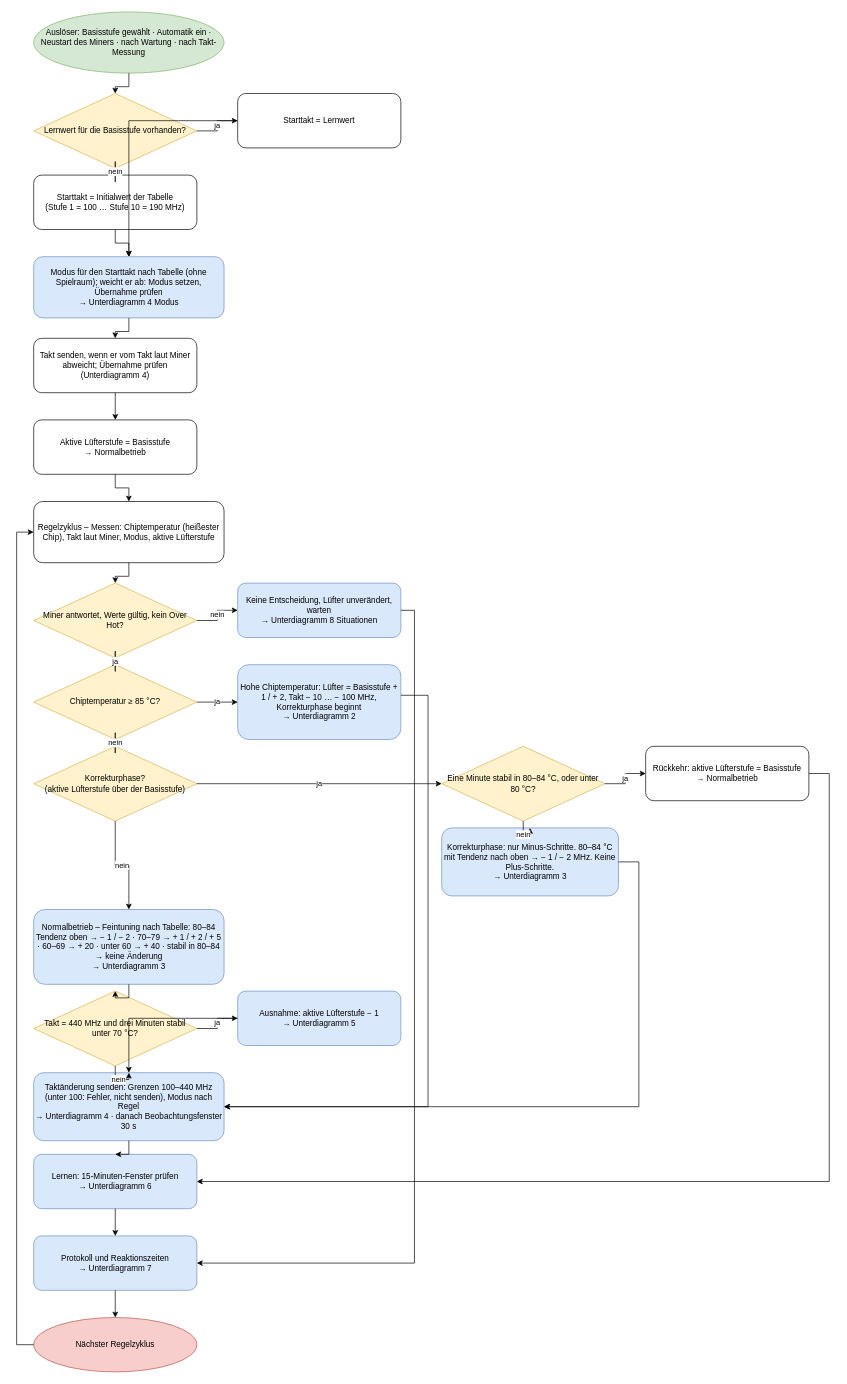
Earlier version of the draw.io diagram page "1 Hauptablauf" (1 of 8) of docs/claude/Regelungslogik-Luefter-Takt.drawio (lieferbaer/miner-sentinel). Source tidied: cells renumbered, new cells numbered last; positions are measured from the earlier drawing's top-left corner, leaving out a move shared by most shapes. Both pictures are drawn from the tidied source at 68%, with x=0, y=0 at pixel (16, 12).
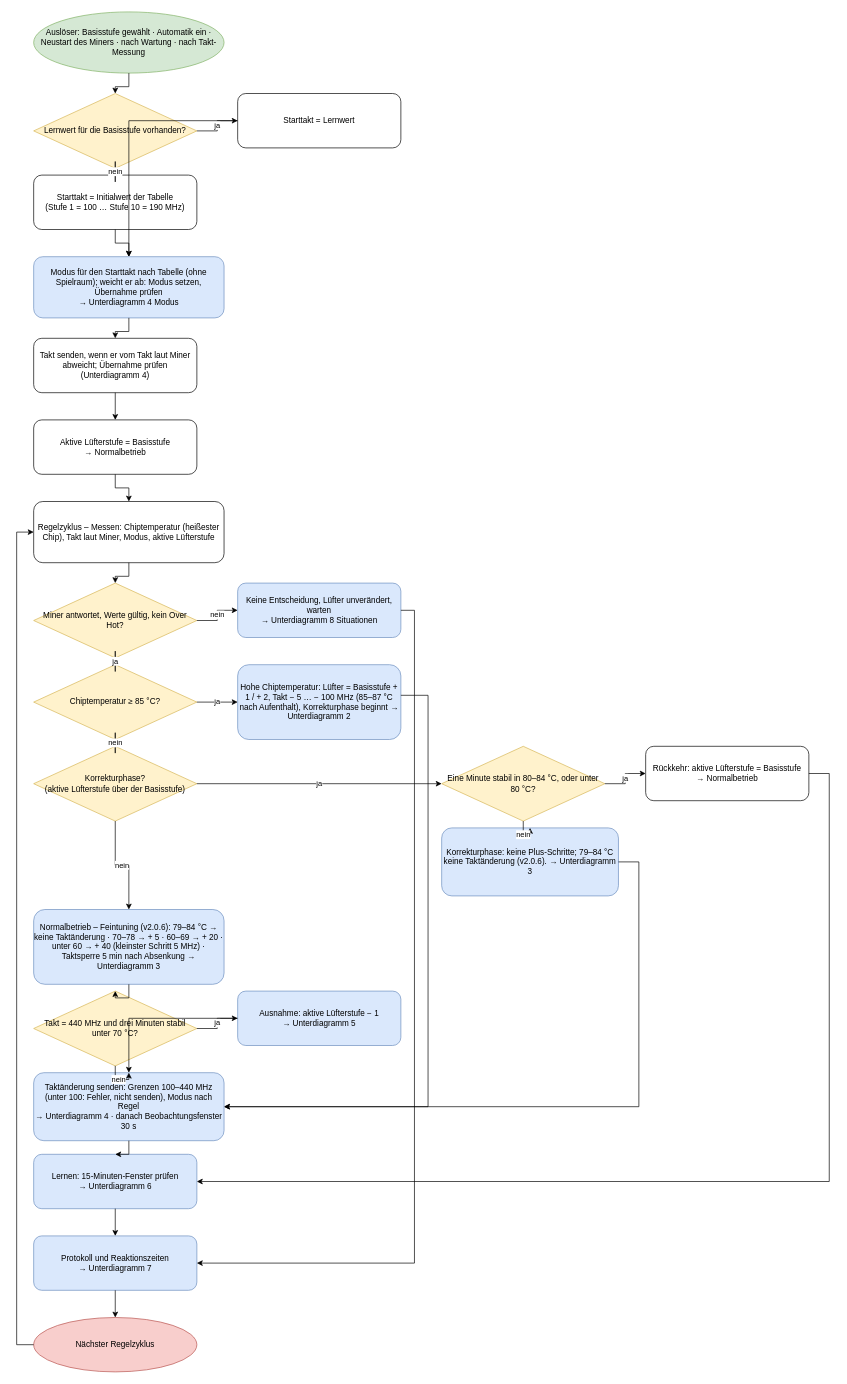
Above is the later version.

The edit, as a diff of the source:
```diff
@@
-    <mxCell id="13" value="Hohe Chiptemperatur: Lüfter = Basisstufe + 1 / + 2, Takt − 10 … − 100 MHz, Korrekturphase beginnt&lt;br&gt;→ Unterdiagramm 2" style="rounded=1;whiteSpace=wrap;html=1;fillColor=#dae8fc;strokeColor=#6c8ebf;" parent="1" vertex="1">
+    <mxCell id="13" value="Hohe Chiptemperatur: Lüfter = Basisstufe + 1 / + 2, Takt − 5 … − 100 MHz (85–87 °C nach Aufenthalt), Korrekturphase beginnt → Unterdiagramm 2" style="rounded=1;whiteSpace=wrap;html=1;fillColor=#dae8fc;strokeColor=#6c8ebf;" parent="1" vertex="1">
       <mxGeometry x="325" y="960" width="240" height="110" as="geometry" />
     </mxCell>
@@
-    <mxCell id="17" value="Korrekturphase: nur Minus-Schritte. 80–84 °C mit Tendenz nach oben → − 1 / − 2 MHz. Keine Plus-Schritte.&lt;br&gt;→ Unterdiagramm 3" style="rounded=1;whiteSpace=wrap;html=1;fillColor=#dae8fc;strokeColor=#6c8ebf;" parent="1" vertex="1">
+    <mxCell id="17" value="Korrekturphase: keine Plus-Schritte; 79–84 °C keine Taktänderung (v2.0.6). → Unterdiagramm 3" style="rounded=1;whiteSpace=wrap;html=1;fillColor=#dae8fc;strokeColor=#6c8ebf;" parent="1" vertex="1">
       <mxGeometry x="625" y="1200" width="260" height="100" as="geometry" />
     </mxCell>
-    <mxCell id="18" value="Normalbetrieb – Feintuning nach Tabelle: 80–84 Tendenz oben → − 1 / − 2 · 70–79 → + 1 / + 2 / + 5 · 60–69 → + 20 · unter 60 → + 40 · stabil in 80–84 → keine Änderung&lt;br&gt;→ Unterdiagramm 3" style="rounded=1;whiteSpace=wrap;html=1;fillColor=#dae8fc;strokeColor=#6c8ebf;" parent="1" vertex="1">
+    <mxCell id="18" value="Normalbetrieb – Feintuning (v2.0.6): 79–84 °C → keine Taktänderung · 70–78 → + 5 · 60–69 → + 20 · unter 60 → + 40 (kleinster Schritt 5 MHz) · Taktsperre 5 min nach Absenkung → Unterdiagramm 3" style="rounded=1;whiteSpace=wrap;html=1;fillColor=#dae8fc;strokeColor=#6c8ebf;" parent="1" vertex="1">
       <mxGeometry x="25" y="1320" width="280" height="110" as="geometry" />
     </mxCell>
```
